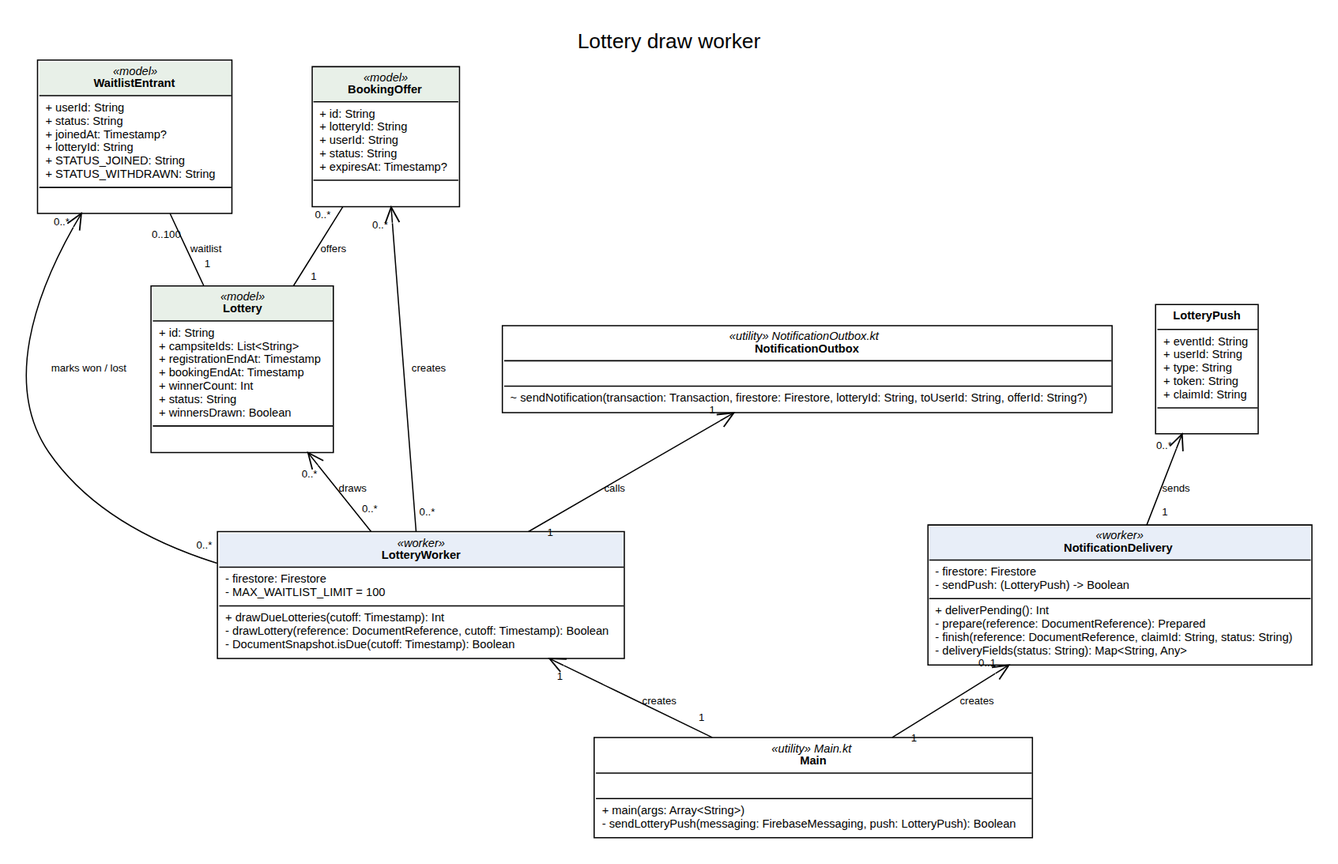
CMPUT301F26-legion/legion-events keeps this Graphviz diagram as doc/uml/lottery_worker.png. Above is the earlier version. Its source is kept beside it as doc/uml/lottery_worker.dot.
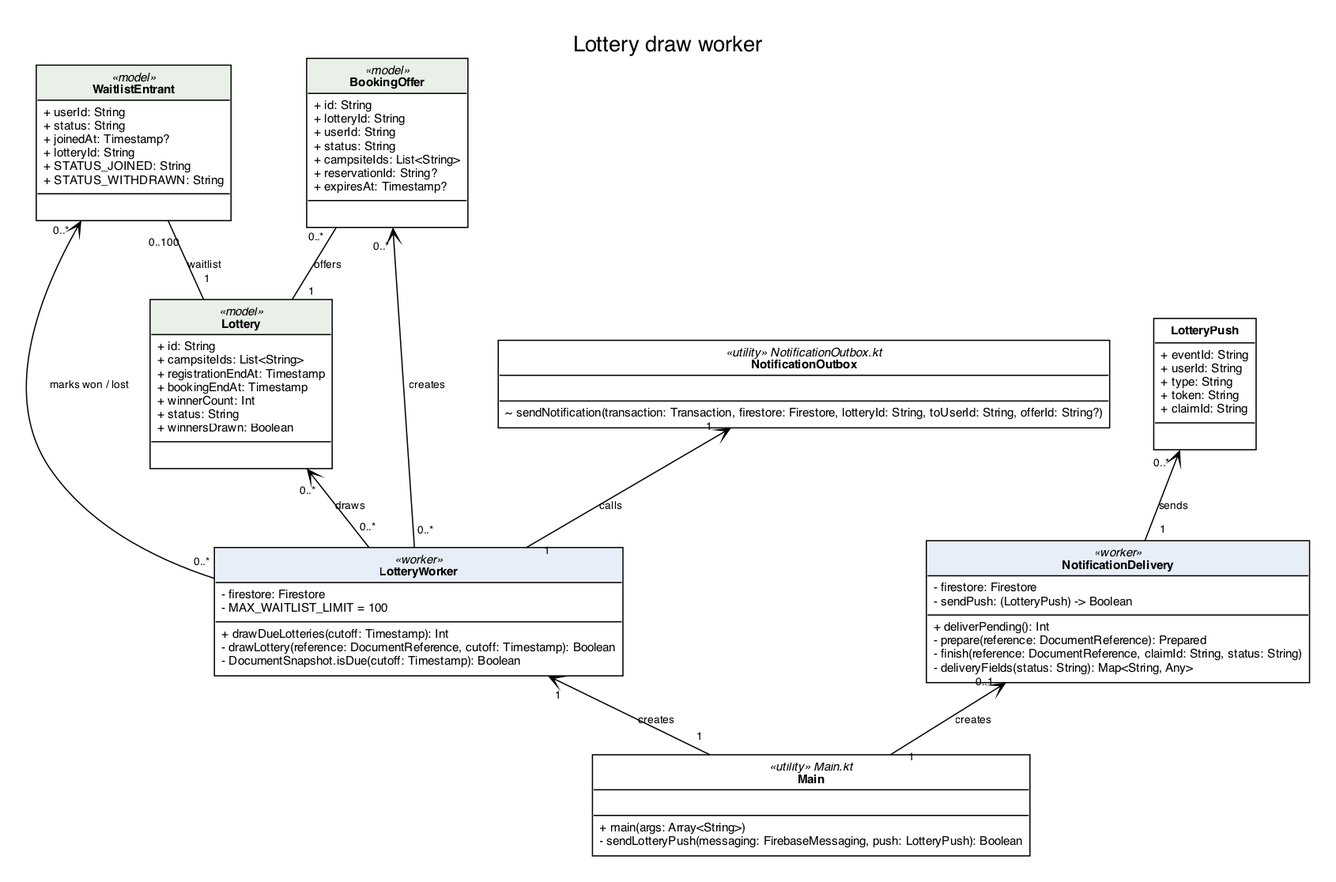
The same diagram one commit later.

What changed in the source:
```diff
@@ -9,7 +9,7 @@
   NotificationOutbox [label=<<TABLE BORDER="1" CELLBORDER="0" CELLSPACING="0" CELLPADDING="4"><TR><TD><I>«utility» NotificationOutbox.kt</I><BR/><B>NotificationOutbox</B></TD></TR><TR><TD ALIGN="LEFT" BALIGN="LEFT" SIDES="T" BORDER="1"> </TD></TR><TR><TD ALIGN="LEFT" BALIGN="LEFT" SIDES="T" BORDER="1">~ sendNotification(transaction: Transaction, firestore: Firestore, lotteryId: String, toUserId: String, offerId: String?)</TD></TR></TABLE>>];
   Lottery [label=<<TABLE BORDER="1" CELLBORDER="0" CELLSPACING="0" CELLPADDING="4"><TR><TD BGCOLOR="#e8f0e8"><I>«model»</I><BR/><B>Lottery</B></TD></TR><TR><TD ALIGN="LEFT" BALIGN="LEFT" SIDES="T" BORDER="1">+ id: String<BR/>+ campsiteIds: List&lt;String&gt;<BR/>+ registrationEndAt: Timestamp<BR/>+ bookingEndAt: Timestamp<BR/>+ winnerCount: Int<BR/>+ status: String<BR/>+ winnersDrawn: Boolean</TD></TR><TR><TD ALIGN="LEFT" BALIGN="LEFT" SIDES="T" BORDER="1"> </TD></TR></TABLE>>];
   WaitlistEntrant [label=<<TABLE BORDER="1" CELLBORDER="0" CELLSPACING="0" CELLPADDING="4"><TR><TD BGCOLOR="#e8f0e8"><I>«model»</I><BR/><B>WaitlistEntrant</B></TD></TR><TR><TD ALIGN="LEFT" BALIGN="LEFT" SIDES="T" BORDER="1">+ userId: String<BR/>+ status: String<BR/>+ joinedAt: Timestamp?<BR/>+ lotteryId: String<BR/>+ STATUS_JOINED: String<BR/>+ STATUS_WITHDRAWN: String</TD></TR><TR><TD ALIGN="LEFT" BALIGN="LEFT" SIDES="T" BORDER="1"> </TD></TR></TABLE>>];
-  BookingOffer [label=<<TABLE BORDER="1" CELLBORDER="0" CELLSPACING="0" CELLPADDING="4"><TR><TD BGCOLOR="#e8f0e8"><I>«model»</I><BR/><B>BookingOffer</B></TD></TR><TR><TD ALIGN="LEFT" BALIGN="LEFT" SIDES="T" BORDER="1">+ id: String<BR/>+ lotteryId: String<BR/>+ userId: String<BR/>+ status: String<BR/>+ expiresAt: Timestamp?</TD></TR><TR><TD ALIGN="LEFT" BALIGN="LEFT" SIDES="T" BORDER="1"> </TD></TR></TABLE>>];
+  BookingOffer [label=<<TABLE BORDER="1" CELLBORDER="0" CELLSPACING="0" CELLPADDING="4"><TR><TD BGCOLOR="#e8f0e8"><I>«model»</I><BR/><B>BookingOffer</B></TD></TR><TR><TD ALIGN="LEFT" BALIGN="LEFT" SIDES="T" BORDER="1">+ id: String<BR/>+ lotteryId: String<BR/>+ userId: String<BR/>+ status: String<BR/>+ campsiteIds: List&lt;String&gt;<BR/>+ reservationId: String?<BR/>+ expiresAt: Timestamp?</TD></TR><TR><TD ALIGN="LEFT" BALIGN="LEFT" SIDES="T" BORDER="1"> </TD></TR></TABLE>>];
   NotificationDelivery [label=<<TABLE BORDER="1" CELLBORDER="0" CELLSPACING="0" CELLPADDING="4"><TR><TD BGCOLOR="#e8eef8"><I>«worker»</I><BR/><B>NotificationDelivery</B></TD></TR><TR><TD ALIGN="LEFT" BALIGN="LEFT" SIDES="T" BORDER="1">- firestore: Firestore<BR/>- sendPush: (LotteryPush) -&gt; Boolean</TD></TR><TR><TD ALIGN="LEFT" BALIGN="LEFT" SIDES="T" BORDER="1">+ deliverPending(): Int<BR/>- prepare(reference: DocumentReference): Prepared<BR/>- finish(reference: DocumentReference, claimId: String, status: String)<BR/>- deliveryFields(status: String): Map&lt;String, Any&gt;</TD></TR></TABLE>>];
   LotteryPush [label=<<TABLE BORDER="1" CELLBORDER="0" CELLSPACING="0" CELLPADDING="4"><TR><TD><B>LotteryPush</B></TD></TR><TR><TD ALIGN="LEFT" BALIGN="LEFT" SIDES="T" BORDER="1">+ eventId: String<BR/>+ userId: String<BR/>+ type: String<BR/>+ token: String<BR/>+ claimId: String</TD></TR><TR><TD ALIGN="LEFT" BALIGN="LEFT" SIDES="T" BORDER="1"> </TD></TR></TABLE>>];
   Main -> NotificationDelivery [arrowhead=vee label="creates" taillabel="1" headlabel="0..1"];
```
